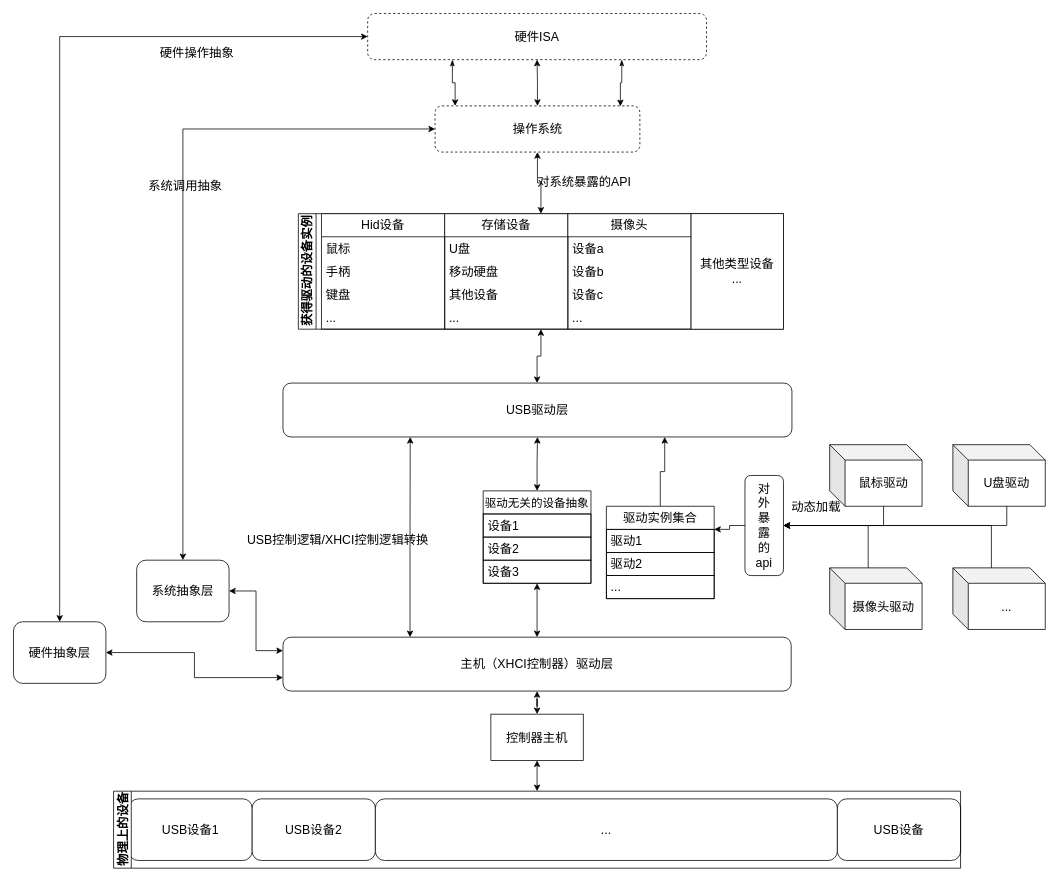
Before: documents/drawio/main_architecture.drawio in dbydd/UUSBDriver, a draw.io diagram. Source tidied: cells renumbered, new cells numbered last; positions are measured from the earlier drawing's top-left corner, leaving out a move shared by most shapes. Both pictures are drawn from the tidied source at 77%, with x=0, y=0 at pixel (13, 13).
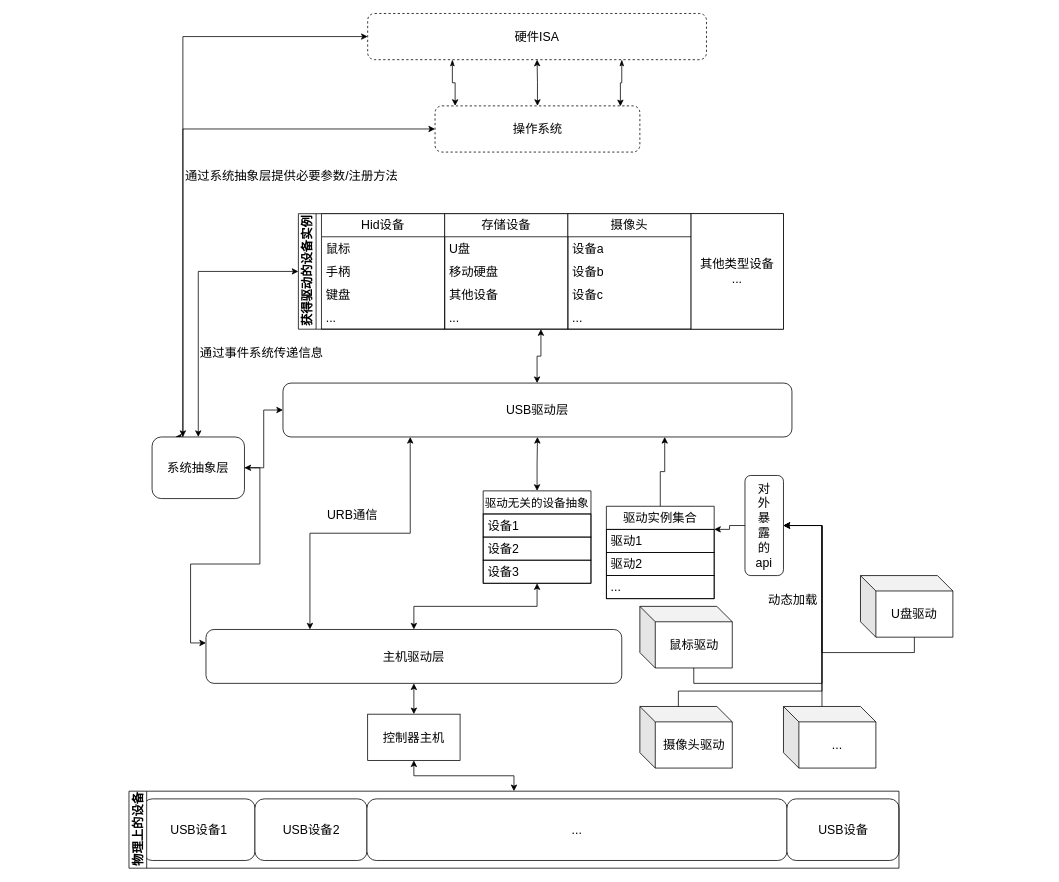
Above is the later version.

Unchanged cells that the change refers to:
```xml
<mxCell id="3" value="&lt;font style=&quot;font-size: 16px;&quot;&gt;操作系统&lt;/font&gt;" style="rounded=1;whiteSpace=wrap;html=1;dashed=1;labelBackgroundColor=none;fontSize=16;" parent="1" vertex="1">
  <mxGeometry x="547.5" y="120" width="266" height="60" as="geometry" />
</mxCell>
<mxCell id="4" value="&lt;font style=&quot;font-size: 16px;&quot;&gt;硬件ISA&lt;/font&gt;" style="rounded=1;whiteSpace=wrap;html=1;dashed=1;labelBackgroundColor=none;fontSize=16;" parent="1" vertex="1">
  <mxGeometry x="460" width="440" height="60" as="geometry" />
</mxCell>
<mxCell id="10" value="USB驱动层" style="rounded=1;whiteSpace=wrap;html=1;labelBackgroundColor=none;fontSize=16;" parent="1" vertex="1">
  <mxGeometry x="350" y="480" width="661" height="70" as="geometry" />
</mxCell>
<mxCell id="11" style="edgeStyle=orthogonalEdgeStyle;rounded=0;jettySize=auto;html=1;exitX=0.25;exitY=0;exitDx=0;exitDy=0;entryX=0.25;entryY=1;entryDx=0;entryDy=0;startArrow=classic;startFill=1;labelBackgroundColor=none;fontSize=16;" parent="1" edge="1" source="14" target="10">
  <mxGeometry relative="1" as="geometry" />
</mxCell>
<mxCell id="19" style="edgeStyle=orthogonalEdgeStyle;rounded=0;jettySize=auto;html=1;entryX=0;entryY=0.5;entryDx=0;entryDy=0;startArrow=classic;startFill=1;labelBackgroundColor=none;fontSize=16;" parent="1" edge="1" source="22" target="3">
  <mxGeometry relative="1" as="geometry">
    <Array as="points">
      <mxPoint x="220" y="150" />
    </Array>
  </mxGeometry>
</mxCell>
<mxCell id="38" value="对&lt;div style=&quot;font-size: 16px;&quot;&gt;外&lt;/div&gt;&lt;div style=&quot;font-size: 16px;&quot;&gt;暴&lt;/div&gt;&lt;div style=&quot;font-size: 16px;&quot;&gt;露&lt;/div&gt;&lt;div style=&quot;font-size: 16px;&quot;&gt;的&lt;/div&gt;&lt;div style=&quot;font-size: 16px;&quot;&gt;api&lt;/div&gt;" style="rounded=1;whiteSpace=wrap;html=1;labelBackgroundColor=none;fontSize=16;" parent="1" vertex="1">
  <mxGeometry x="950" y="600" width="50" height="130" as="geometry" />
</mxCell>
<mxCell id="53" value="获得驱动的设备实例" style="swimlane;horizontal=0;whiteSpace=wrap;html=1;labelBackgroundColor=none;fontSize=16;" parent="1" vertex="1">
  <mxGeometry x="370" y="260" width="630" height="150" as="geometry" />
</mxCell>
```

Diff of the diagram source:
```diff
@@
-    <mxCell id="7" style="edgeStyle=orthogonalEdgeStyle;rounded=0;jettySize=auto;html=1;exitX=0.5;exitY=0;exitDx=0;exitDy=0;entryX=0.5;entryY=1;entryDx=0;entryDy=0;startArrow=classic;startFill=1;labelBackgroundColor=none;fontSize=16;" parent="1" edge="1" source="53" target="3">
-      <mxGeometry relative="1" as="geometry" />
-    </mxCell>
-    <mxCell id="8" value="对系统暴露的API" style="edgeLabel;html=1;align=center;verticalAlign=middle;fontSize=16;labelBackgroundColor=none;" parent="7" vertex="1">
-      <mxGeometry x="-0.11" relative="1" as="geometry">
-        <mxPoint x="55" y="-4" as="offset" />
-      </mxGeometry>
-    </mxCell>
@@
-    <mxCell id="12" value="USB控制逻辑/XHCI控制逻辑转换" style="edgeLabel;html=1;align=center;verticalAlign=middle;labelBackgroundColor=none;fontSize=16;" parent="11" vertex="1">
+    <mxCell id="12" value="URB通信" style="edgeLabel;html=1;align=center;verticalAlign=middle;labelBackgroundColor=none;fontSize=16;" parent="11" vertex="1">
       <mxGeometry x="-0.12" y="7" relative="1" as="geometry">
-        <mxPoint x="-88" y="-13" as="offset" />
+        <mxPoint x="12" y="-18" as="offset" />
       </mxGeometry>
     </mxCell>
@@
-    <mxCell id="14" value="主机（XHCI控制器）驱动层" style="rounded=1;whiteSpace=wrap;html=1;strokeColor=default;labelBackgroundColor=none;fontSize=16;" parent="1" vertex="1">
-      <mxGeometry x="350" y="810" width="660" height="70" as="geometry" />
+    <mxCell id="14" value="主机驱动层" style="rounded=1;whiteSpace=wrap;html=1;strokeColor=default;labelBackgroundColor=none;fontSize=16;" parent="1" vertex="1">
+      <mxGeometry x="250" y="800" width="540" height="70" as="geometry" />
     </mxCell>
-    <mxCell id="15" style="edgeStyle=orthogonalEdgeStyle;rounded=0;jettySize=auto;html=1;exitX=0.5;exitY=0;exitDx=0;exitDy=0;entryX=0;entryY=0.5;entryDx=0;entryDy=0;startArrow=classic;startFill=1;labelBackgroundColor=none;fontSize=16;" parent="1" edge="1" source="18" target="4">
-      <mxGeometry relative="1" as="geometry" />
-    </mxCell>
-    <mxCell id="16" value="硬件操作抽象" style="edgeLabel;html=1;align=center;verticalAlign=middle;labelBackgroundColor=none;fontSize=16;" parent="15" vertex="1">
-      <mxGeometry x="0.78" y="-2" relative="1" as="geometry">
-        <mxPoint x="-95" y="18" as="offset" />
-      </mxGeometry>
-    </mxCell>
-    <mxCell id="17" style="edgeStyle=orthogonalEdgeStyle;rounded=0;jettySize=auto;html=1;exitX=1;exitY=0.5;exitDx=0;exitDy=0;entryX=0;entryY=0.75;entryDx=0;entryDy=0;startArrow=classic;startFill=1;labelBackgroundColor=none;fontSize=16;" parent="1" edge="1" source="18" target="14">
-      <mxGeometry relative="1" as="geometry" />
-    </mxCell>
-    <mxCell id="18" value="硬件抽象层" style="rounded=1;whiteSpace=wrap;html=1;labelBackgroundColor=none;fontSize=16;" parent="1" vertex="1">
-      <mxGeometry y="790" width="120" height="80" as="geometry" />
-    </mxCell>
@@
-    <mxCell id="20" value="系统调用抽象" style="edgeLabel;html=1;align=center;verticalAlign=middle;labelBackgroundColor=none;fontSize=16;" parent="19" vertex="1">
-      <mxGeometry x="0.16" y="-2" relative="1" as="geometry">
-        <mxPoint y="28" as="offset" />
-      </mxGeometry>
-    </mxCell>
@@
+    <mxCell id="70" style="edgeStyle=orthogonalEdgeStyle;rounded=0;jettySize=auto;html=1;exitX=0.25;exitY=0;exitDx=0;exitDy=0;entryX=0;entryY=0.5;entryDx=0;entryDy=0;startArrow=classic;startFill=1;" parent="1" edge="1" source="22" target="4">
+      <mxGeometry relative="1" as="geometry">
+        <Array as="points">
+          <mxPoint x="220" y="550" />
+          <mxPoint x="220" y="30" />
+        </Array>
+      </mxGeometry>
+    </mxCell>
+    <mxCell id="71" value="通过系统抽象层提供必要参数/注册方法" style="edgeLabel;html=1;align=center;verticalAlign=middle;fontSize=16;" parent="70" vertex="1">
+      <mxGeometry x="-0.13" y="-1" relative="1" as="geometry">
+        <mxPoint x="139" y="-15" as="offset" />
+      </mxGeometry>
+    </mxCell>
+    <mxCell id="72" style="edgeStyle=orthogonalEdgeStyle;rounded=0;jettySize=auto;html=1;exitX=1;exitY=0.5;exitDx=0;exitDy=0;entryX=0;entryY=0.5;entryDx=0;entryDy=0;" parent="1" edge="1" source="22" target="10">
+      <mxGeometry relative="1" as="geometry" />
+    </mxCell>
     <mxCell id="22" value="系统抽象层" style="rounded=1;whiteSpace=wrap;html=1;labelBackgroundColor=none;fontSize=16;" parent="1" vertex="1">
-      <mxGeometry x="160" y="710" width="120" height="80" as="geometry" />
+      <mxGeometry x="180" y="550" width="120" height="80" as="geometry" />
     </mxCell>
@@
     <mxCell id="28" style="group;labelBackgroundColor=none;fontSize=16;" parent="1" vertex="1">
-      <mxGeometry x="130" y="1010" width="1100" height="100" as="geometry" />
+      <mxGeometry x="150" y="1010" width="1000" height="100" as="geometry" />
     </mxCell>
     <mxCell id="29" value="&lt;span style=&quot;font-size: 16px;&quot;&gt;USB&lt;/span&gt;&lt;span style=&quot;font-size: 16px;&quot;&gt;设备1&lt;/span&gt;" style="rounded=1;whiteSpace=wrap;html=1;labelBackgroundColor=none;fontSize=16;" parent="28" vertex="1">
-      <mxGeometry x="20" y="10" width="160" height="80" as="geometry" />
+      <mxGeometry x="18.2" y="10" width="145.5" height="80" as="geometry" />
     </mxCell>
     <mxCell id="30" value="&lt;span style=&quot;font-size: 16px;&quot;&gt;USB&lt;/span&gt;&lt;span style=&quot;font-size: 16px;&quot;&gt;设备2&lt;/span&gt;" style="rounded=1;whiteSpace=wrap;html=1;labelBackgroundColor=none;fontSize=16;" parent="28" vertex="1">
-      <mxGeometry x="180" y="10" width="160" height="80" as="geometry" />
+      <mxGeometry x="163.6" y="10" width="145.5" height="80" as="geometry" />
     </mxCell>
     <mxCell id="31" value="&lt;span style=&quot;font-size: 16px;&quot;&gt;...&lt;/span&gt;" style="rounded=1;whiteSpace=wrap;html=1;labelBackgroundColor=none;fontSize=16;" parent="28" vertex="1">
-      <mxGeometry x="340" y="10" width="600" height="80" as="geometry" />
+      <mxGeometry x="309.1" y="10" width="545.5" height="80" as="geometry" />
     </mxCell>
     <mxCell id="32" value="&lt;span style=&quot;font-size: 16px;&quot;&gt;USB&lt;/span&gt;&lt;span style=&quot;font-size: 16px;&quot;&gt;设备&lt;/span&gt;" style="rounded=1;whiteSpace=wrap;html=1;labelBackgroundColor=none;fontSize=16;" parent="28" vertex="1">
-      <mxGeometry x="940" y="10" width="160" height="80" as="geometry" />
+      <mxGeometry x="854.5" y="10" width="145.5" height="80" as="geometry" />
     </mxCell>
     <mxCell id="33" value="物理上的设备" style="swimlane;horizontal=0;whiteSpace=wrap;html=1;labelBackgroundColor=none;fontSize=16;" parent="28" vertex="1">
-      <mxGeometry width="1100" height="100" as="geometry" />
+      <mxGeometry width="1000" height="100" as="geometry" />
     </mxCell>
@@
     <mxCell id="35" value="控制器主机" style="rounded=0;whiteSpace=wrap;html=1;labelBackgroundColor=none;fontSize=16;" parent="1" vertex="1">
-      <mxGeometry x="620" y="910" width="120" height="60" as="geometry" />
+      <mxGeometry x="460" y="910" width="120" height="60" as="geometry" />
     </mxCell>
@@
     <mxCell id="39" value="鼠标驱动" style="shape=cube;whiteSpace=wrap;html=1;boundedLbl=1;backgroundOutline=1;darkOpacity=0.05;darkOpacity2=0.1;labelBackgroundColor=none;fontSize=16;" parent="1" vertex="1">
-      <mxGeometry x="1060" y="560" width="120" height="80" as="geometry" />
+      <mxGeometry x="813.5" y="770" width="120" height="80" as="geometry" />
     </mxCell>
     <mxCell id="40" value="U盘驱动" style="shape=cube;whiteSpace=wrap;html=1;boundedLbl=1;backgroundOutline=1;darkOpacity=0.05;darkOpacity2=0.1;labelBackgroundColor=none;fontSize=16;" parent="1" vertex="1">
-      <mxGeometry x="1220" y="560" width="120" height="80" as="geometry" />
+      <mxGeometry x="1100" y="730" width="120" height="80" as="geometry" />
     </mxCell>
     <mxCell id="41" value="摄像头驱动" style="shape=cube;whiteSpace=wrap;html=1;boundedLbl=1;backgroundOutline=1;darkOpacity=0.05;darkOpacity2=0.1;labelBackgroundColor=none;fontSize=16;" parent="1" vertex="1">
-      <mxGeometry x="1060" y="720" width="120" height="80" as="geometry" />
+      <mxGeometry x="813.5" y="900" width="120" height="80" as="geometry" />
     </mxCell>
     <mxCell id="42" value="..." style="shape=cube;whiteSpace=wrap;html=1;boundedLbl=1;backgroundOutline=1;darkOpacity=0.05;darkOpacity2=0.1;labelBackgroundColor=none;fontSize=16;" parent="1" vertex="1">
-      <mxGeometry x="1220" y="720" width="120" height="80" as="geometry" />
+      <mxGeometry x="1000" y="900" width="120" height="80" as="geometry" />
     </mxCell>
@@
     <mxCell id="45" style="edgeStyle=orthogonalEdgeStyle;rounded=0;jettySize=auto;html=1;exitX=1;exitY=0.5;exitDx=0;exitDy=0;entryX=0;entryY=0;entryDx=50;entryDy=0;entryPerimeter=0;startArrow=classic;startFill=1;endArrow=none;endFill=0;labelBackgroundColor=none;fontSize=16;" parent="1" edge="1" source="38" target="41">
-      <mxGeometry relative="1" as="geometry" />
+      <mxGeometry relative="1" as="geometry">
+        <Array as="points">
+          <mxPoint x="1050" y="665" />
+          <mxPoint x="1050" y="880" />
+          <mxPoint x="864" y="880" />
+        </Array>
+      </mxGeometry>
     </mxCell>
     <mxCell id="46" style="edgeStyle=orthogonalEdgeStyle;rounded=0;jettySize=auto;html=1;exitX=1;exitY=0.5;exitDx=0;exitDy=0;entryX=0;entryY=0;entryDx=70;entryDy=80;entryPerimeter=0;startArrow=classic;startFill=1;endArrow=none;endFill=0;labelBackgroundColor=none;fontSize=16;" parent="1" edge="1" source="38" target="39">
-      <mxGeometry relative="1" as="geometry" />
+      <mxGeometry relative="1" as="geometry">
+        <Array as="points">
+          <mxPoint x="1050" y="665" />
+          <mxPoint x="1050" y="870" />
+          <mxPoint x="884" y="870" />
+        </Array>
+      </mxGeometry>
     </mxCell>
     <mxCell id="47" value="动态加载" style="edgeLabel;html=1;align=center;verticalAlign=middle;labelBackgroundColor=none;fontSize=16;" parent="46" vertex="1">
       <mxGeometry x="-0.26" y="1" relative="1" as="geometry">
-        <mxPoint x="-16" y="-24" as="offset" />
+        <mxPoint x="-40" y="-18" as="offset" />
       </mxGeometry>
     </mxCell>
@@
+    <mxCell id="73" style="edgeStyle=orthogonalEdgeStyle;rounded=0;jettySize=auto;html=1;exitX=0;exitY=0.5;exitDx=0;exitDy=0;entryX=0.5;entryY=0;entryDx=0;entryDy=0;startArrow=classic;startFill=1;" parent="1" edge="1" source="53" target="22">
+      <mxGeometry relative="1" as="geometry" />
+    </mxCell>
+    <mxCell id="74" value="通过事件系统传递信息" style="edgeLabel;html=1;align=center;verticalAlign=middle;fontSize=16;" parent="73" vertex="1">
+      <mxGeometry x="-0.57" y="-3" relative="1" as="geometry">
+        <mxPoint x="25" y="108" as="offset" />
+      </mxGeometry>
+    </mxCell>
```
